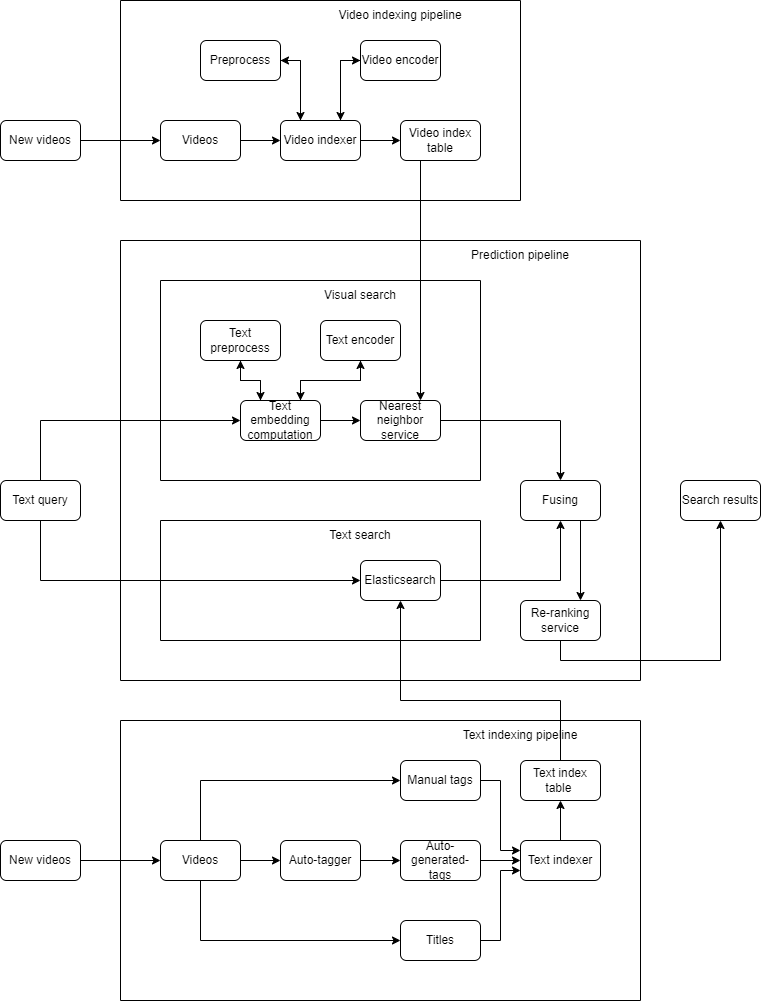
The draw.io diagram machine-learning/image/machine-learning-system-design-1/youtube-video-search-5.png in riehseun/riehseun.github.io, before a commit. Source tidied: cells renumbered, new cells last; positions are measured from the earlier drawing's top-left corner, leaving out a move shared by most shapes.
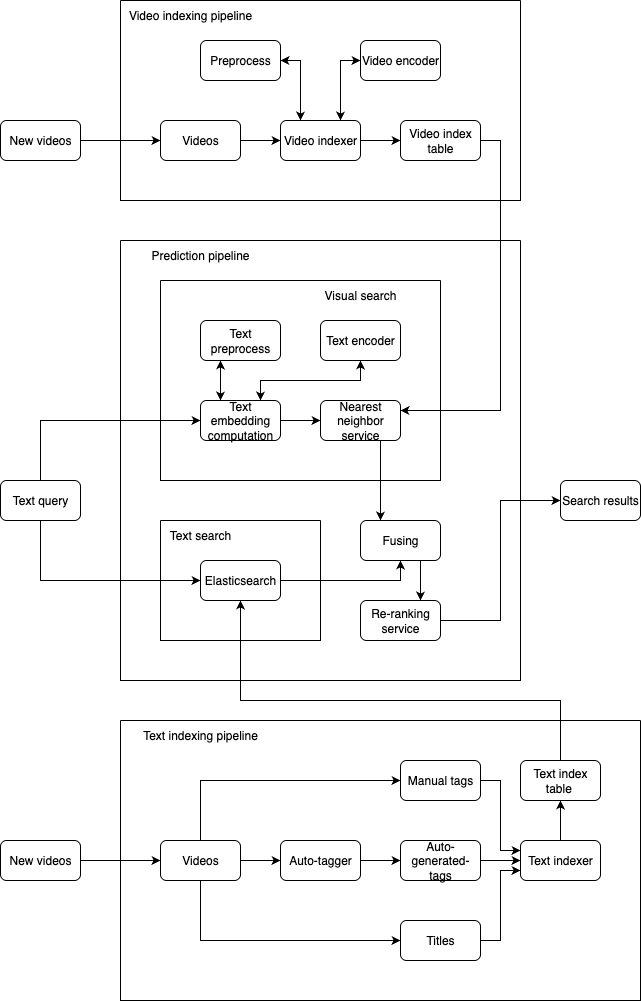
Above is the later version.

Change to the diagram source:
```diff
@@ -9,24 +9,24 @@
       <mxGeometry y="120" width="80" height="40" as="geometry" />
     </mxCell>
     <mxCell id="4" style="swimlane;startSize=0;" parent="1" vertex="1">
-      <mxGeometry x="120" y="240" width="520" height="440" as="geometry" />
+      <mxGeometry x="120" y="240" width="400" height="440" as="geometry" />
     </mxCell>
     <mxCell id="5" style="swimlane;startSize=0;" parent="4" vertex="1">
-      <mxGeometry x="40" y="40" width="320" height="200" as="geometry" />
+      <mxGeometry x="40" y="40" width="280" height="200" as="geometry" />
     </mxCell>
-    <mxCell id="6" style="edgeStyle=orthogonalEdgeStyle;rounded=0;jettySize=auto;html=1;exitX=0.25;exitY=0;exitDx=0;exitDy=0;" parent="5" edge="1" source="9" target="11">
-      <mxGeometry relative="1" as="geometry" />
-    </mxCell>
     <mxCell id="7" style="edgeStyle=orthogonalEdgeStyle;rounded=0;jettySize=auto;html=1;exitX=0.75;exitY=0;exitDx=0;exitDy=0;entryX=0.5;entryY=1;entryDx=0;entryDy=0;" parent="5" edge="1" source="9" target="13">
       <mxGeometry relative="1" as="geometry" />
     </mxCell>
     <mxCell id="8" style="edgeStyle=orthogonalEdgeStyle;rounded=0;jettySize=auto;html=1;exitX=1;exitY=0.5;exitDx=0;exitDy=0;entryX=0;entryY=0.5;entryDx=0;entryDy=0;" parent="5" edge="1" source="9" target="14">
       <mxGeometry relative="1" as="geometry" />
     </mxCell>
+    <mxCell id="6" style="edgeStyle=orthogonalEdgeStyle;rounded=0;jettySize=auto;html=1;exitX=0.25;exitY=0;exitDx=0;exitDy=0;entryX=0.25;entryY=1;entryDx=0;entryDy=0;" parent="5" edge="1" source="9" target="11">
+      <mxGeometry relative="1" as="geometry" />
+    </mxCell>
     <mxCell id="9" value="Text embedding computation" style="rounded=1;whiteSpace=wrap;html=1;" parent="5" vertex="1">
-      <mxGeometry x="80" y="120" width="80" height="40" as="geometry" />
+      <mxGeometry x="40" y="120" width="80" height="40" as="geometry" />
     </mxCell>
-    <mxCell id="10" style="edgeStyle=orthogonalEdgeStyle;rounded=0;jettySize=auto;html=1;exitX=0.5;exitY=1;exitDx=0;exitDy=0;entryX=0.25;entryY=0;entryDx=0;entryDy=0;" parent="5" edge="1" source="11" target="9">
+    <mxCell id="10" style="edgeStyle=orthogonalEdgeStyle;rounded=0;jettySize=auto;html=1;exitX=0.25;exitY=1;exitDx=0;exitDy=0;entryX=0.25;entryY=0;entryDx=0;entryDy=0;" parent="5" edge="1" source="11" target="9">
       <mxGeometry relative="1" as="geometry" />
     </mxCell>
     <mxCell id="11" value="Text preprocess" style="rounded=1;whiteSpace=wrap;html=1;" parent="5" vertex="1">
@@ -39,38 +39,38 @@
       <mxGeometry x="160" y="40" width="80" height="40" as="geometry" />
     </mxCell>
     <mxCell id="14" value="Nearest neighbor service" style="rounded=1;whiteSpace=wrap;html=1;" parent="5" vertex="1">
-      <mxGeometry x="200" y="120" width="80" height="40" as="geometry" />
+      <mxGeometry x="160" y="120" width="80" height="40" as="geometry" />
     </mxCell>
     <mxCell id="15" value="Visual search" style="text;html=1;strokeColor=none;fillColor=none;align=center;verticalAlign=middle;whiteSpace=wrap;rounded=0;" parent="5" vertex="1">
       <mxGeometry x="80" width="240" height="30" as="geometry" />
     </mxCell>
     <mxCell id="16" style="swimlane;startSize=0;" parent="4" vertex="1">
-      <mxGeometry x="40" y="280" width="320" height="120" as="geometry" />
+      <mxGeometry x="40" y="280" width="160" height="120" as="geometry" />
     </mxCell>
     <mxCell id="17" value="Elasticsearch" style="rounded=1;whiteSpace=wrap;html=1;" parent="16" vertex="1">
-      <mxGeometry x="200" y="40" width="80" height="40" as="geometry" />
+      <mxGeometry x="40" y="40" width="80" height="40" as="geometry" />
     </mxCell>
     <mxCell id="18" value="Text search" style="text;html=1;strokeColor=none;fillColor=none;align=center;verticalAlign=middle;whiteSpace=wrap;rounded=0;" parent="16" vertex="1">
-      <mxGeometry x="80" width="240" height="30" as="geometry" />
+      <mxGeometry width="80" height="30" as="geometry" />
     </mxCell>
     <mxCell id="19" style="edgeStyle=orthogonalEdgeStyle;rounded=0;jettySize=auto;html=1;exitX=0.75;exitY=1;exitDx=0;exitDy=0;entryX=0.75;entryY=0;entryDx=0;entryDy=0;" parent="4" edge="1" source="20" target="21">
       <mxGeometry relative="1" as="geometry" />
     </mxCell>
     <mxCell id="20" value="Fusing" style="rounded=1;whiteSpace=wrap;html=1;" parent="4" vertex="1">
-      <mxGeometry x="400" y="240" width="80" height="40" as="geometry" />
+      <mxGeometry x="240" y="280" width="80" height="40" as="geometry" />
     </mxCell>
     <mxCell id="21" value="Re-ranking service" style="rounded=1;whiteSpace=wrap;html=1;" parent="4" vertex="1">
-      <mxGeometry x="400" y="360" width="80" height="40" as="geometry" />
+      <mxGeometry x="240" y="360" width="80" height="40" as="geometry" />
     </mxCell>
     <mxCell id="22" value="Prediction pipeline" style="text;html=1;strokeColor=none;fillColor=none;align=center;verticalAlign=middle;whiteSpace=wrap;rounded=0;" parent="4" vertex="1">
-      <mxGeometry x="280" width="240" height="30" as="geometry" />
+      <mxGeometry width="160" height="30" as="geometry" />
     </mxCell>
+    <mxCell id="24" style="edgeStyle=orthogonalEdgeStyle;rounded=0;jettySize=auto;html=1;exitX=1;exitY=0.5;exitDx=0;exitDy=0;entryX=0.5;entryY=1;entryDx=0;entryDy=0;" parent="4" edge="1" source="17" target="20">
+      <mxGeometry relative="1" as="geometry" />
+    </mxCell>
-    <mxCell id="23" style="edgeStyle=orthogonalEdgeStyle;rounded=0;jettySize=auto;html=1;exitX=1;exitY=0.5;exitDx=0;exitDy=0;entryX=0.5;entryY=0;entryDx=0;entryDy=0;" parent="4" edge="1" source="14" target="20">
+    <mxCell id="23" style="edgeStyle=orthogonalEdgeStyle;rounded=0;jettySize=auto;html=1;exitX=0.75;exitY=1;exitDx=0;exitDy=0;entryX=0.25;entryY=0;entryDx=0;entryDy=0;" parent="4" edge="1" source="14" target="20">
       <mxGeometry relative="1" as="geometry" />
     </mxCell>
-    <mxCell id="24" style="edgeStyle=orthogonalEdgeStyle;rounded=0;jettySize=auto;html=1;exitX=1;exitY=0.5;exitDx=0;exitDy=0;entryX=0.5;entryY=1;entryDx=0;entryDy=0;" parent="4" edge="1" source="17" target="20">
-      <mxGeometry relative="1" as="geometry" />
-    </mxCell>
     <mxCell id="25" style="swimlane;startSize=0;" parent="1" vertex="1">
       <mxGeometry x="120" width="400" height="200" as="geometry" />
     </mxCell>
@@ -108,7 +108,7 @@
       <mxGeometry x="240" y="40" width="80" height="40" as="geometry" />
     </mxCell>
     <mxCell id="37" value="Video indexing pipeline" style="text;html=1;strokeColor=none;fillColor=none;align=center;verticalAlign=middle;whiteSpace=wrap;rounded=0;" parent="25" vertex="1">
-      <mxGeometry x="160" width="240" height="30" as="geometry" />
+      <mxGeometry x="-10" width="160" height="30" as="geometry" />
     </mxCell>
     <mxCell id="38" style="edgeStyle=orthogonalEdgeStyle;rounded=0;jettySize=auto;html=1;exitX=0.5;exitY=0;exitDx=0;exitDy=0;entryX=0;entryY=0.5;entryDx=0;entryDy=0;" parent="1" edge="1" source="40" target="9">
       <mxGeometry relative="1" as="geometry" />
@@ -120,7 +120,7 @@
       <mxGeometry y="480" width="80" height="40" as="geometry" />
     </mxCell>
     <mxCell id="41" value="Search results" style="rounded=1;whiteSpace=wrap;html=1;" parent="1" vertex="1">
-      <mxGeometry x="680" y="480" width="80" height="40" as="geometry" />
+      <mxGeometry x="560" y="480" width="80" height="40" as="geometry" />
     </mxCell>
     <mxCell id="42" style="swimlane;startSize=0;" parent="1" vertex="1">
       <mxGeometry x="120" y="720" width="520" height="280" as="geometry" />
@@ -170,28 +170,28 @@
     <mxCell id="57" value="Text index table&amp;nbsp;" style="rounded=1;whiteSpace=wrap;html=1;" parent="42" vertex="1">
       <mxGeometry x="400" y="40" width="80" height="40" as="geometry" />
     </mxCell>
+    <mxCell id="60" value="Text indexing pipeline" style="text;html=1;strokeColor=none;fillColor=none;align=center;verticalAlign=middle;whiteSpace=wrap;rounded=0;" parent="42" vertex="1">
+      <mxGeometry width="160" height="30" as="geometry" />
+    </mxCell>
     <mxCell id="58" style="edgeStyle=orthogonalEdgeStyle;rounded=0;jettySize=auto;html=1;exitX=1;exitY=0.5;exitDx=0;exitDy=0;" parent="1" edge="1" source="59" target="46">
       <mxGeometry relative="1" as="geometry" />
     </mxCell>
     <mxCell id="59" value="New videos" style="rounded=1;whiteSpace=wrap;html=1;" parent="1" vertex="1">
       <mxGeometry y="840" width="80" height="40" as="geometry" />
     </mxCell>
-    <mxCell id="60" value="Text indexing pipeline" style="text;html=1;strokeColor=none;fillColor=none;align=center;verticalAlign=middle;whiteSpace=wrap;rounded=0;" parent="1" vertex="1">
-      <mxGeometry x="400" y="720" width="240" height="30" as="geometry" />
-    </mxCell>
+    <mxCell id="63" style="edgeStyle=orthogonalEdgeStyle;rounded=0;jettySize=auto;html=1;exitX=0.5;exitY=0;exitDx=0;exitDy=0;entryX=0.5;entryY=1;entryDx=0;entryDy=0;" parent="1" edge="1" source="57" target="17">
+      <mxGeometry relative="1" as="geometry">
+        <Array as="points">
+          <mxPoint x="560" y="700" />
+          <mxPoint x="240" y="700" />
+        </Array>
+      </mxGeometry>
+    </mxCell>
-    <mxCell id="61" style="edgeStyle=orthogonalEdgeStyle;rounded=0;jettySize=auto;html=1;exitX=0.25;exitY=1;exitDx=0;exitDy=0;entryX=0.75;entryY=0;entryDx=0;entryDy=0;" parent="1" edge="1" source="32" target="14">
+    <mxCell id="61" style="edgeStyle=orthogonalEdgeStyle;rounded=0;jettySize=auto;html=1;exitX=1;exitY=0.5;exitDx=0;exitDy=0;entryX=1;entryY=0.25;entryDx=0;entryDy=0;" parent="1" edge="1" source="32" target="14">
       <mxGeometry relative="1" as="geometry" />
     </mxCell>
-    <mxCell id="62" style="edgeStyle=orthogonalEdgeStyle;rounded=0;jettySize=auto;html=1;exitX=0.5;exitY=1;exitDx=0;exitDy=0;" parent="1" edge="1" source="21" target="41">
+    <mxCell id="62" style="edgeStyle=orthogonalEdgeStyle;rounded=0;jettySize=auto;html=1;exitX=1;exitY=0.5;exitDx=0;exitDy=0;entryX=0;entryY=0.5;entryDx=0;entryDy=0;" parent="1" edge="1" source="21" target="41">
       <mxGeometry relative="1" as="geometry" />
     </mxCell>
-    <mxCell id="63" style="edgeStyle=orthogonalEdgeStyle;rounded=0;jettySize=auto;html=1;exitX=0.5;exitY=0;exitDx=0;exitDy=0;entryX=0.5;entryY=1;entryDx=0;entryDy=0;" parent="1" edge="1" source="57" target="17">
-      <mxGeometry relative="1" as="geometry">
-        <Array as="points">
-          <mxPoint x="560" y="700" />
-          <mxPoint x="400" y="700" />
-        </Array>
-      </mxGeometry>
-    </mxCell>
   </root>
 </mxGraphModel>
```
